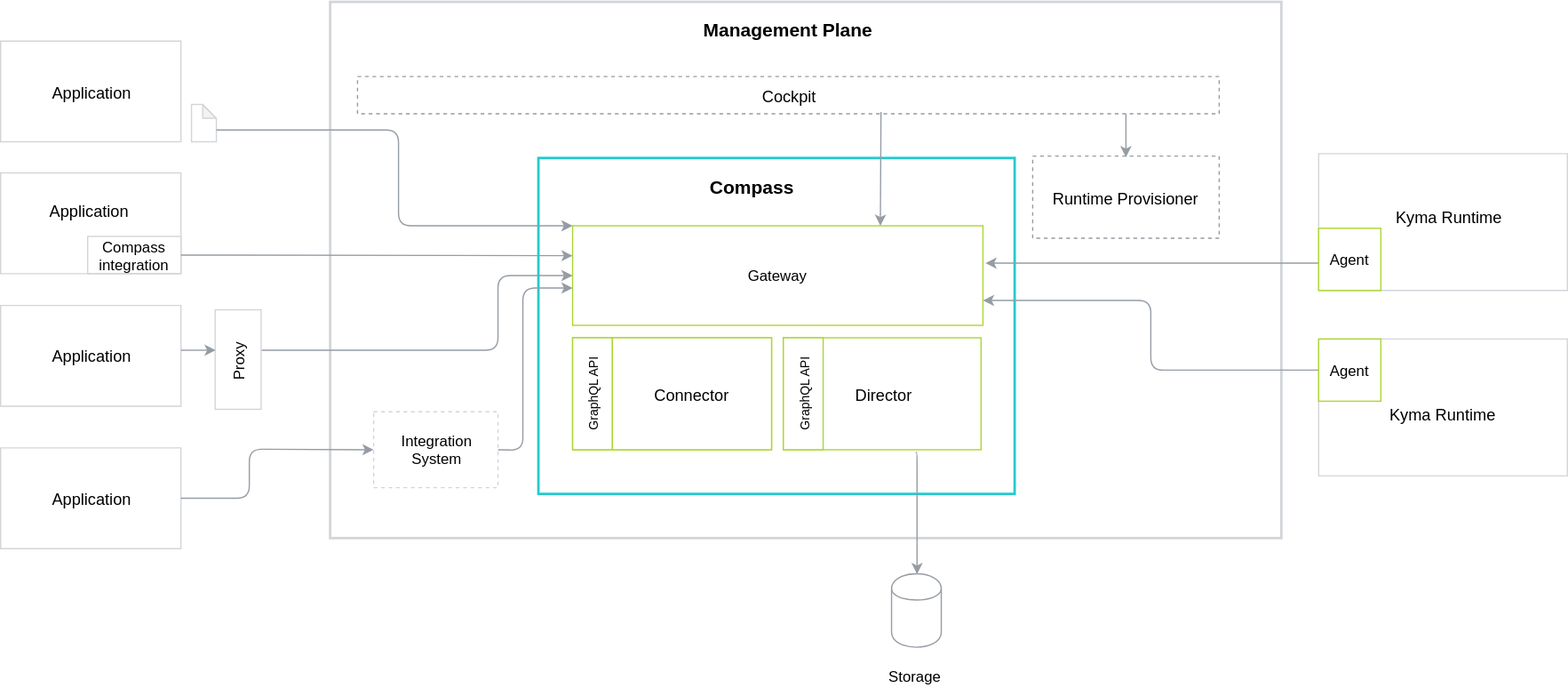
kyma-incubator/compass keeps this draw.io diagram as docs/architecture/assets/components.svg. Above is the earlier version. Source tidied: cells renumbered, new cells last; positions are measured from the earlier drawing's top-left corner, leaving out a move shared by most shapes.
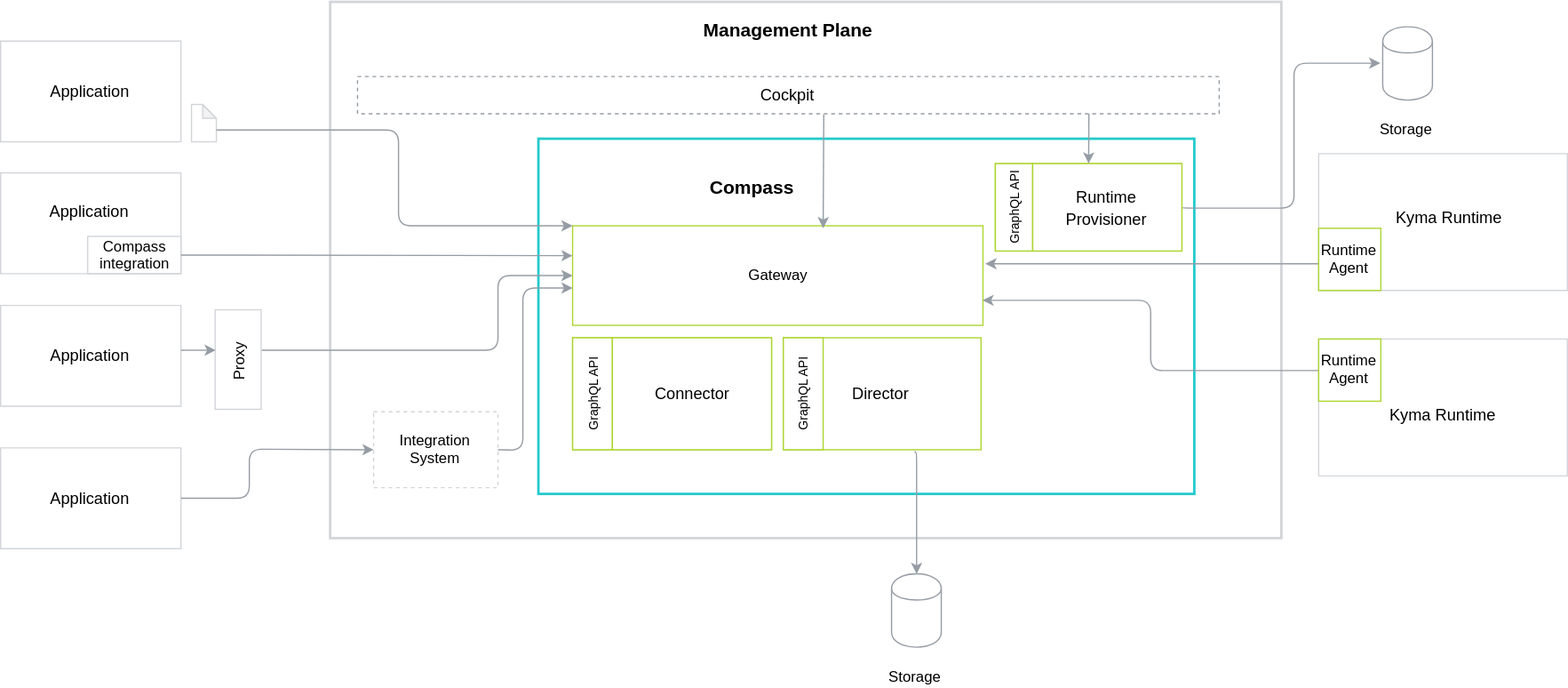
The same file after the commit.

Diff of the diagram source:
```diff
@@ -6,7 +6,7 @@
       <mxGeometry x="265" width="765" height="431" as="geometry" />
     </mxCell>
     <mxCell id="3" style="rounded=0;whiteSpace=wrap;html=1;labelBackgroundColor=none;strokeColor=#24CACC;strokeWidth=2;fillColor=#FFFFFF;gradientColor=none;fontFamily=Helvetica;fontSize=15;fontColor=#000000;" parent="1" vertex="1">
-      <mxGeometry x="432.5" y="125.5" width="383" height="270" as="geometry" />
+      <mxGeometry x="432.5" y="110" width="527.5" height="285.5" as="geometry" />
     </mxCell>
     <mxCell id="4" style="group;strokeColor=#ACD62F;" parent="1" vertex="1">
       <mxGeometry x="460" y="270" width="160" height="90" as="geometry" />
@@ -42,9 +42,6 @@
         </Array>
       </mxGeometry>
     </mxCell>
-    <mxCell id="14" value="&lt;font style=&quot;font-size: 13px&quot;&gt;Runtime Provisioner&lt;br&gt;&lt;/font&gt;" style="rounded=0;whiteSpace=wrap;html=1;labelBackgroundColor=none;strokeColor=#959CA4;strokeWidth=1;fillColor=#FFFFFF;gradientColor=none;fontFamily=Helvetica;fontSize=15;fontColor=#000000;dashed=1;" parent="1" vertex="1">
-      <mxGeometry x="830" y="124" width="150" height="66" as="geometry" />
-    </mxCell>
     <mxCell id="15" value="&lt;font style=&quot;font-size: 13px&quot;&gt;Application&lt;/font&gt;" style="shape=parallelogram;perimeter=parallelogramPerimeter;whiteSpace=wrap;html=1;size=0;strokeColor=#D2D5D9;" parent="1" vertex="1">
       <mxGeometry y="31.5" width="145" height="81" as="geometry" />
     </mxCell>
@@ -121,11 +118,6 @@
         </Array>
       </mxGeometry>
     </mxCell>
-    <mxCell id="32" style="endArrow=classic;html=1;strokeColor=#959CA4;entryX=0.75;entryY=0;entryDx=0;entryDy=0;" parent="1" edge="1" target="17">
-      <mxGeometry relative="1" as="geometry">
-        <mxPoint x="708" y="88.5" as="sourcePoint" />
-      </mxGeometry>
-    </mxCell>
     <mxCell id="33" style="endArrow=classic;html=1;strokeColor=#959CA4;" parent="1" edge="1">
       <mxGeometry relative="1" as="geometry">
         <mxPoint x="145" y="280" as="sourcePoint" />
@@ -144,13 +136,13 @@
     <mxCell id="37" style="edgeStyle=orthogonalEdgeStyle;rounded=1;jettySize=auto;html=1;exitX=0;exitY=0.56;exitDx=0;exitDy=0;strokeColor=#959CA4;entryX=1.006;entryY=0.375;entryDx=0;entryDy=0;entryPerimeter=0;exitPerimeter=0;" parent="1" edge="1" source="38" target="17">
       <mxGeometry relative="1" as="geometry" />
     </mxCell>
-    <mxCell id="38" value="Agent" style="whiteSpace=wrap;html=1;strokeColor=#ACD62F;" parent="1" vertex="1">
+    <mxCell id="38" value="Runtime Agent" style="whiteSpace=wrap;html=1;strokeColor=#ACD62F;" parent="1" vertex="1">
       <mxGeometry x="1060" y="182" width="50" height="50" as="geometry" />
     </mxCell>
     <mxCell id="39" style="edgeStyle=orthogonalEdgeStyle;rounded=1;jettySize=auto;html=1;exitX=0;exitY=0.5;exitDx=0;exitDy=0;entryX=1;entryY=0.75;entryDx=0;entryDy=0;strokeColor=#959CA4;" parent="1" edge="1" source="40" target="17">
       <mxGeometry relative="1" as="geometry" />
     </mxCell>
-    <mxCell id="40" value="Agent" style="whiteSpace=wrap;html=1;strokeColor=#ACD62F;" parent="1" vertex="1">
+    <mxCell id="40" value="Runtime &lt;br&gt;Agent" style="whiteSpace=wrap;html=1;strokeColor=#ACD62F;" parent="1" vertex="1">
       <mxGeometry x="1060" y="271" width="50" height="50" as="geometry" />
     </mxCell>
     <mxCell id="41" value="&lt;font style=&quot;font-size: 13px&quot;&gt;Kyma Runtime&lt;/font&gt;" style="text;html=1;strokeColor=none;fillColor=none;align=center;verticalAlign=middle;whiteSpace=wrap;rounded=0;" parent="1" vertex="1">
@@ -159,10 +151,45 @@
     <mxCell id="42" value="&lt;font style=&quot;font-size: 13px&quot;&gt;Kyma Runtime&lt;/font&gt;" style="text;html=1;strokeColor=none;fillColor=none;align=center;verticalAlign=middle;whiteSpace=wrap;rounded=0;" parent="1" vertex="1">
       <mxGeometry x="1110" y="321" width="100" height="20" as="geometry" />
     </mxCell>
-    <mxCell id="43" style="endArrow=classic;html=1;strokeColor=#959CA4;entryX=0.5;entryY=0.015;entryDx=0;entryDy=0;entryPerimeter=0;" parent="1" edge="1" target="14">
-      <mxGeometry relative="1" as="geometry">
-        <mxPoint x="905" y="90" as="sourcePoint" />
-      </mxGeometry>
-    </mxCell>
+    <mxCell id="44" style="endArrow=classic;html=1;strokeColor=#959CA4;entryX=0.75;entryY=0;entryDx=0;entryDy=0;" parent="1" edge="1">
+      <mxGeometry relative="1" as="geometry">
+        <mxPoint x="662" y="90.5" as="sourcePoint" />
+        <mxPoint x="661.5" y="182" as="targetPoint" />
+      </mxGeometry>
+    </mxCell>
+    <mxCell id="45" style="group;" parent="1" vertex="1">
+      <mxGeometry x="1110" y="20" width="40" height="91" as="geometry" />
+    </mxCell>
+    <mxCell id="46" style="shape=cylinder;whiteSpace=wrap;html=1;boundedLbl=1;backgroundOutline=1;strokeColor=#959CA4;fontSize=15;fillColor=none;" parent="45" vertex="1">
+      <mxGeometry x="1.5" width="40" height="59" as="geometry" />
+    </mxCell>
+    <mxCell id="47" value="&lt;font style=&quot;font-size: 12px&quot;&gt;Storage&lt;br&gt;&lt;/font&gt;" style="text;html=1;strokeColor=none;fillColor=none;align=center;verticalAlign=middle;whiteSpace=wrap;rounded=0;dashed=1;labelBackgroundColor=none;fontFamily=Helvetica;fontSize=15;fontColor=#000000;" parent="45" vertex="1">
+      <mxGeometry y="71" width="40" height="20" as="geometry" />
+    </mxCell>
+    <mxCell id="48" style="edgeStyle=orthogonalEdgeStyle;jettySize=auto;html=1;startFill=0;strokeColor=#959CA4;strokeWidth=1;fontSize=15;exitX=1;exitY=0.5;exitDx=0;exitDy=0;" parent="1" edge="1" source="14">
+      <mxGeometry relative="1" as="geometry">
+        <mxPoint x="1110" y="49" as="targetPoint" />
+        <Array as="points">
+          <mxPoint x="950" y="166" />
+          <mxPoint x="1040" y="166" />
+          <mxPoint x="1040" y="49" />
+        </Array>
+      </mxGeometry>
+    </mxCell>
+    <mxCell id="49" style="group;strokeColor=#ACD62F;" parent="1" vertex="1">
+      <mxGeometry x="800" y="130" width="150" height="70.3" as="geometry" />
+    </mxCell>
+    <mxCell id="50" value="&lt;font&gt;&lt;font style=&quot;font-size: 10px&quot;&gt;GraphQL API&lt;/font&gt;&lt;br style=&quot;font-size: 12px&quot;&gt;&lt;/font&gt;" style="rounded=0;whiteSpace=wrap;html=1;labelBackgroundColor=none;strokeColor=#ACD62F;strokeWidth=1;fillColor=#FFFFFF;gradientColor=none;fontFamily=Helvetica;fontSize=12;fontColor=#000000;horizontal=0;" parent="49" vertex="1">
+      <mxGeometry width="30" height="70.3" as="geometry" />
+    </mxCell>
+    <mxCell id="14" value="&lt;font style=&quot;font-size: 13px&quot;&gt;Runtime Provisioner&lt;br&gt;&lt;/font&gt;" style="rounded=0;whiteSpace=wrap;html=1;labelBackgroundColor=none;strokeColor=#ACD62F;strokeWidth=1;fillColor=#FFFFFF;gradientColor=none;fontFamily=Helvetica;fontSize=15;fontColor=#000000;" parent="49" vertex="1">
+      <mxGeometry x="30" width="120" height="70.3" as="geometry" />
+    </mxCell>
+    <mxCell id="51" style="endArrow=classic;html=1;strokeColor=#959CA4;" parent="1" edge="1">
+      <mxGeometry relative="1" as="geometry">
+        <mxPoint x="875.2" y="90" as="sourcePoint" />
+        <mxPoint x="875" y="130" as="targetPoint" />
+      </mxGeometry>
+    </mxCell>
   </root>
 </mxGraphModel>
```
